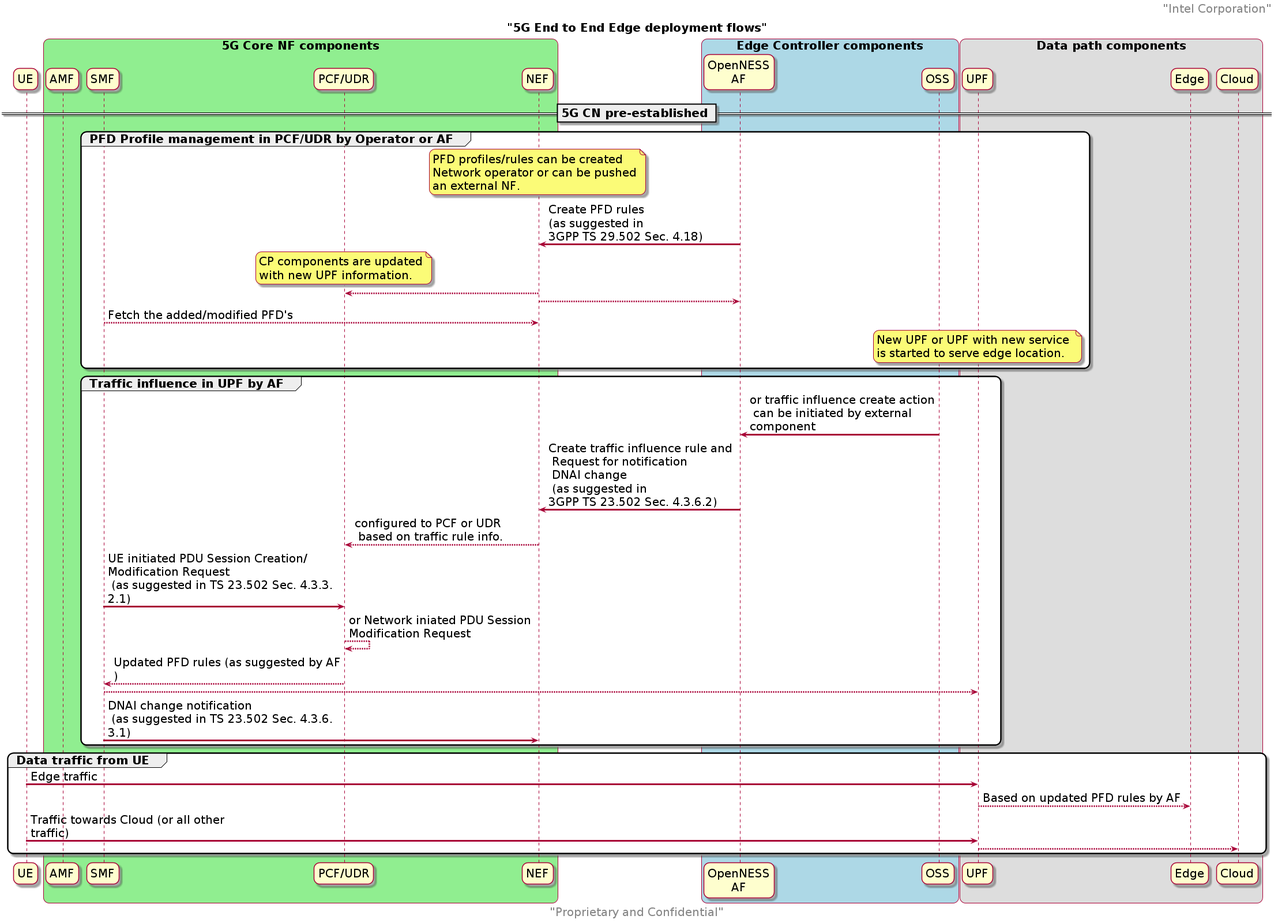
This is doc/core-network/ngc-images/e2e_pfd_tif.png from smart-edge-open/ido-specs, a PlantUML export, as it was before one commit.
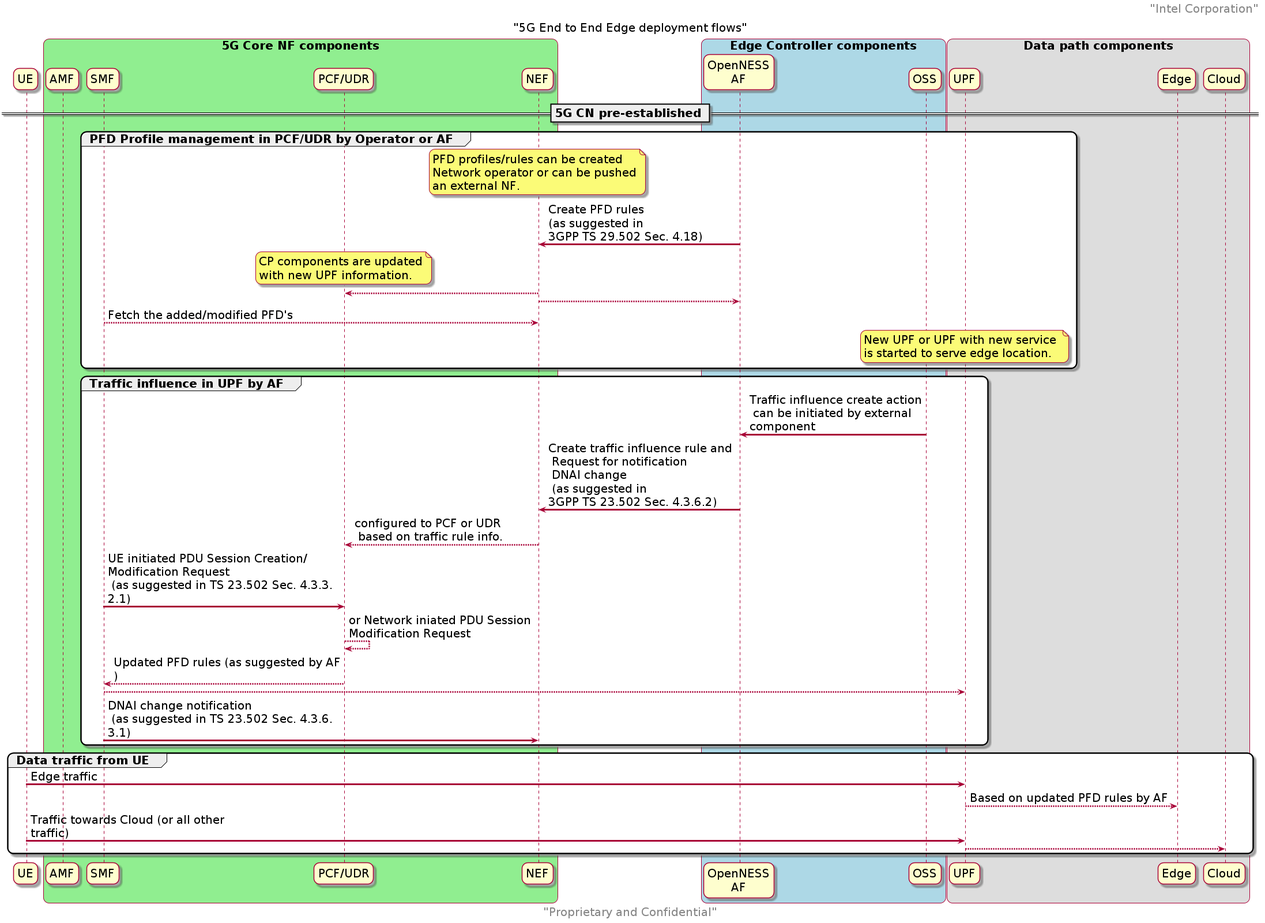
Later version of the same file.

Change to the diagram source:
```diff
@@ -56,7 +56,7 @@
 end
 
 group Traffic influence in UPF by AF
-oss -> af :  or traffic influence create action\n can be initiated by external component
+oss -> af :  Traffic influence create action\n can be initiated by external component
 af -> nef : Create traffic influence rule and \n Request for notification \n DNAI change \n (as suggested in \n3GPP TS 23.502 Sec. 4.3.6.2)
 nef --> pcf : configured to PCF or UDR \n based on traffic rule info.
 
```
